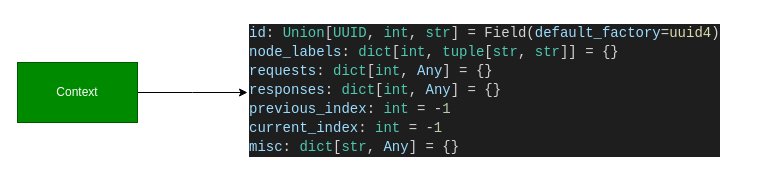
Above: drawio/2_context.dio in deeppavlov/chatsky (draw.io), before the change. Source tidied: cells renumbered, new cells numbered last; positions are measured from the earlier drawing's top-left corner, leaving out a move shared by most shapes. Both pictures are drawn from the tidied source at 100%, with x=0, y=0 at pixel (17, 17).
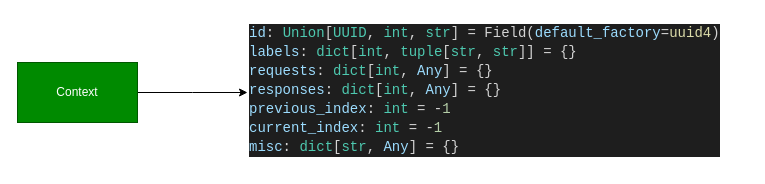
Above is the later version.

What changed in the source:
```diff
@@
 <mxGraphModel>
   <root>
     <mxCell id="0" />
     <mxCell id="1" parent="0" />
     <mxCell id="2" style="edgeStyle=orthogonalEdgeStyle;rounded=0;jettySize=auto;html=1;" parent="1" edge="1" source="3">
       <mxGeometry relative="1" as="geometry">
         <mxPoint x="230" y="75" as="targetPoint" />
       </mxGeometry>
     </mxCell>
     <mxCell id="3" value="Context" style="rounded=0;whiteSpace=wrap;html=1;fillColor=#008a00;strokeColor=#005700;fontColor=#ffffff;" parent="1" vertex="1">
       <mxGeometry y="45" width="120" height="60" as="geometry" />
     </mxCell>
     <mxCell id="4" style="edgeStyle=orthogonalEdgeStyle;rounded=0;orthogonalLoop=1;jettySize=auto;html=1;" parent="1" edge="1">
       <mxGeometry relative="1" as="geometry">
         <mxPoint x="530" y="45" as="sourcePoint" />
       </mxGeometry>
     </mxCell>
     <mxCell id="5" style="edgeStyle=orthogonalEdgeStyle;rounded=0;orthogonalLoop=1;jettySize=auto;html=1;" parent="1" edge="1">
       <mxGeometry relative="1" as="geometry">
         <mxPoint x="350" y="75" as="sourcePoint" />
       </mxGeometry>
     </mxCell>
     <mxCell id="6" style="edgeStyle=orthogonalEdgeStyle;rounded=0;orthogonalLoop=1;jettySize=auto;html=1;" parent="1" edge="1">
       <mxGeometry relative="1" as="geometry">
         <mxPoint x="290" y="105" as="targetPoint" />
       </mxGeometry>
     </mxCell>
-    <mxCell id="7" value="&lt;div style=&quot;color: rgb(212, 212, 212); background-color: rgb(30, 30, 30); font-family: &amp;quot;droid sans mono&amp;quot;, monospace, monospace, &amp;quot;droid sans fallback&amp;quot;; font-weight: normal; font-size: 14px; line-height: 19px;&quot;&gt;&lt;div&gt;&lt;span style=&quot;color: #d4d4d4&quot;&gt;    &lt;/span&gt;&lt;span style=&quot;color: #9cdcfe&quot;&gt;id&lt;/span&gt;&lt;span style=&quot;color: #d4d4d4&quot;&gt;: &lt;/span&gt;&lt;span style=&quot;color: #4ec9b0&quot;&gt;Union&lt;/span&gt;&lt;span style=&quot;color: #d4d4d4&quot;&gt;[&lt;/span&gt;&lt;span style=&quot;color: #4ec9b0&quot;&gt;UUID&lt;/span&gt;&lt;span style=&quot;color: #d4d4d4&quot;&gt;, &lt;/span&gt;&lt;span style=&quot;color: #4ec9b0&quot;&gt;int&lt;/span&gt;&lt;span style=&quot;color: #d4d4d4&quot;&gt;, &lt;/span&gt;&lt;span style=&quot;color: #4ec9b0&quot;&gt;str&lt;/span&gt;&lt;span style=&quot;color: #d4d4d4&quot;&gt;] = Field(&lt;/span&gt;&lt;span style=&quot;color: #9cdcfe&quot;&gt;default_factory&lt;/span&gt;&lt;span style=&quot;color: #d4d4d4&quot;&gt;=&lt;/span&gt;&lt;span style=&quot;color: #dcdcaa&quot;&gt;uuid4&lt;/span&gt;&lt;span style=&quot;color: #d4d4d4&quot;&gt;)&lt;/span&gt;&lt;/div&gt;&lt;div&gt;&lt;span style=&quot;color: #d4d4d4&quot;&gt;    &lt;/span&gt;&lt;span style=&quot;color: #9cdcfe&quot;&gt;node_labels&lt;/span&gt;&lt;span style=&quot;color: #d4d4d4&quot;&gt;: &lt;/span&gt;&lt;span style=&quot;color: #4ec9b0&quot;&gt;dict&lt;/span&gt;&lt;span style=&quot;color: #d4d4d4&quot;&gt;[&lt;/span&gt;&lt;span style=&quot;color: #4ec9b0&quot;&gt;int&lt;/span&gt;&lt;span style=&quot;color: #d4d4d4&quot;&gt;, &lt;/span&gt;&lt;span style=&quot;color: #4ec9b0&quot;&gt;tuple&lt;/span&gt;&lt;span style=&quot;color: #d4d4d4&quot;&gt;[&lt;/span&gt;&lt;span style=&quot;color: #4ec9b0&quot;&gt;str&lt;/span&gt;&lt;span style=&quot;color: #d4d4d4&quot;&gt;, &lt;/span&gt;&lt;span style=&quot;color: #4ec9b0&quot;&gt;str&lt;/span&gt;&lt;span style=&quot;color: #d4d4d4&quot;&gt;]] = {}&lt;/span&gt;&lt;/div&gt;&lt;div&gt;&lt;span style=&quot;color: #d4d4d4&quot;&gt;    &lt;/span&gt;&lt;span style=&quot;color: #9cdcfe&quot;&gt;requests&lt;/span&gt;&lt;span style=&quot;color: #d4d4d4&quot;&gt;: &lt;/span&gt;&lt;span style=&quot;color: #4ec9b0&quot;&gt;dict&lt;/span&gt;&lt;span style=&quot;color: #d4d4d4&quot;&gt;[&lt;/span&gt;&lt;span style=&quot;color: #4ec9b0&quot;&gt;int&lt;/span&gt;&lt;span style=&quot;color: #d4d4d4&quot;&gt;, &lt;/span&gt;&lt;span style=&quot;color: #9cdcfe&quot;&gt;Any&lt;/span&gt;&lt;span style=&quot;color: #d4d4d4&quot;&gt;] = {}&lt;/span&gt;&lt;/div&gt;&lt;div&gt;&lt;span style=&quot;color: #d4d4d4&quot;&gt;    &lt;/span&gt;&lt;span style=&quot;color: #9cdcfe&quot;&gt;responses&lt;/span&gt;&lt;span style=&quot;color: #d4d4d4&quot;&gt;: &lt;/span&gt;&lt;span style=&quot;color: #4ec9b0&quot;&gt;dict&lt;/span&gt;&lt;span style=&quot;color: #d4d4d4&quot;&gt;[&lt;/span&gt;&lt;span style=&quot;color: #4ec9b0&quot;&gt;int&lt;/span&gt;&lt;span style=&quot;color: #d4d4d4&quot;&gt;, &lt;/span&gt;&lt;span style=&quot;color: #9cdcfe&quot;&gt;Any&lt;/span&gt;&lt;span style=&quot;color: #d4d4d4&quot;&gt;] = {}&lt;/span&gt;&lt;/div&gt;&lt;div&gt;&lt;span style=&quot;color: #d4d4d4&quot;&gt;    &lt;/span&gt;&lt;span style=&quot;color: #9cdcfe&quot;&gt;previous_index&lt;/span&gt;&lt;span style=&quot;color: #d4d4d4&quot;&gt;: &lt;/span&gt;&lt;span style=&quot;color: #4ec9b0&quot;&gt;int&lt;/span&gt;&lt;span style=&quot;color: #d4d4d4&quot;&gt; = -&lt;/span&gt;&lt;span style=&quot;color: #b5cea8&quot;&gt;1&lt;/span&gt;&lt;/div&gt;&lt;div&gt;&lt;span style=&quot;color: #d4d4d4&quot;&gt;    &lt;/span&gt;&lt;span style=&quot;color: #9cdcfe&quot;&gt;current_index&lt;/span&gt;&lt;span style=&quot;color: #d4d4d4&quot;&gt;: &lt;/span&gt;&lt;span style=&quot;color: #4ec9b0&quot;&gt;int&lt;/span&gt;&lt;span style=&quot;color: #d4d4d4&quot;&gt; = -&lt;/span&gt;&lt;span style=&quot;color: #b5cea8&quot;&gt;1&lt;/span&gt;&lt;/div&gt;&lt;div&gt;&lt;span style=&quot;color: #d4d4d4&quot;&gt;    &lt;/span&gt;&lt;span style=&quot;color: #9cdcfe&quot;&gt;misc&lt;/span&gt;&lt;span style=&quot;color: #d4d4d4&quot;&gt;: &lt;/span&gt;&lt;span style=&quot;color: #4ec9b0&quot;&gt;dict&lt;/span&gt;&lt;span style=&quot;color: #d4d4d4&quot;&gt;[&lt;/span&gt;&lt;span style=&quot;color: #4ec9b0&quot;&gt;str&lt;/span&gt;&lt;span style=&quot;color: #d4d4d4&quot;&gt;, &lt;/span&gt;&lt;span style=&quot;color: #9cdcfe&quot;&gt;Any&lt;/span&gt;&lt;span style=&quot;color: #d4d4d4&quot;&gt;] = {}&lt;/span&gt;&lt;/div&gt;&lt;/div&gt;" style="text;whiteSpace=wrap;html=1;" parent="1" vertex="1">
+    <mxCell id="7" value="&lt;div style=&quot;color: rgb(212, 212, 212); background-color: rgb(30, 30, 30); font-family: &amp;quot;droid sans mono&amp;quot;, monospace, monospace, &amp;quot;droid sans fallback&amp;quot;; font-weight: normal; font-size: 14px; line-height: 19px;&quot;&gt;&lt;div&gt;&lt;span style=&quot;color: #d4d4d4&quot;&gt;    &lt;/span&gt;&lt;span style=&quot;color: #9cdcfe&quot;&gt;id&lt;/span&gt;&lt;span style=&quot;color: #d4d4d4&quot;&gt;: &lt;/span&gt;&lt;span style=&quot;color: #4ec9b0&quot;&gt;Union&lt;/span&gt;&lt;span style=&quot;color: #d4d4d4&quot;&gt;[&lt;/span&gt;&lt;span style=&quot;color: #4ec9b0&quot;&gt;UUID&lt;/span&gt;&lt;span style=&quot;color: #d4d4d4&quot;&gt;, &lt;/span&gt;&lt;span style=&quot;color: #4ec9b0&quot;&gt;int&lt;/span&gt;&lt;span style=&quot;color: #d4d4d4&quot;&gt;, &lt;/span&gt;&lt;span style=&quot;color: #4ec9b0&quot;&gt;str&lt;/span&gt;&lt;span style=&quot;color: #d4d4d4&quot;&gt;] = Field(&lt;/span&gt;&lt;span style=&quot;color: #9cdcfe&quot;&gt;default_factory&lt;/span&gt;&lt;span style=&quot;color: #d4d4d4&quot;&gt;=&lt;/span&gt;&lt;span style=&quot;color: #dcdcaa&quot;&gt;uuid4&lt;/span&gt;&lt;span style=&quot;color: #d4d4d4&quot;&gt;)&lt;/span&gt;&lt;/div&gt;&lt;div&gt;&lt;span style=&quot;color: #d4d4d4&quot;&gt;    &lt;/span&gt;&lt;span style=&quot;color: #9cdcfe&quot;&gt;labels&lt;/span&gt;&lt;span style=&quot;color: #d4d4d4&quot;&gt;: &lt;/span&gt;&lt;span style=&quot;color: #4ec9b0&quot;&gt;dict&lt;/span&gt;&lt;span style=&quot;color: #d4d4d4&quot;&gt;[&lt;/span&gt;&lt;span style=&quot;color: #4ec9b0&quot;&gt;int&lt;/span&gt;&lt;span style=&quot;color: #d4d4d4&quot;&gt;, &lt;/span&gt;&lt;span style=&quot;color: #4ec9b0&quot;&gt;tuple&lt;/span&gt;&lt;span style=&quot;color: #d4d4d4&quot;&gt;[&lt;/span&gt;&lt;span style=&quot;color: #4ec9b0&quot;&gt;str&lt;/span&gt;&lt;span style=&quot;color: #d4d4d4&quot;&gt;, &lt;/span&gt;&lt;span style=&quot;color: #4ec9b0&quot;&gt;str&lt;/span&gt;&lt;span style=&quot;color: #d4d4d4&quot;&gt;]] = {}&lt;/span&gt;&lt;/div&gt;&lt;div&gt;&lt;span style=&quot;color: #d4d4d4&quot;&gt;    &lt;/span&gt;&lt;span style=&quot;color: #9cdcfe&quot;&gt;requests&lt;/span&gt;&lt;span style=&quot;color: #d4d4d4&quot;&gt;: &lt;/span&gt;&lt;span style=&quot;color: #4ec9b0&quot;&gt;dict&lt;/span&gt;&lt;span style=&quot;color: #d4d4d4&quot;&gt;[&lt;/span&gt;&lt;span style=&quot;color: #4ec9b0&quot;&gt;int&lt;/span&gt;&lt;span style=&quot;color: #d4d4d4&quot;&gt;, &lt;/span&gt;&lt;span style=&quot;color: #9cdcfe&quot;&gt;Any&lt;/span&gt;&lt;span style=&quot;color: #d4d4d4&quot;&gt;] = {}&lt;/span&gt;&lt;/div&gt;&lt;div&gt;&lt;span style=&quot;color: #d4d4d4&quot;&gt;    &lt;/span&gt;&lt;span style=&quot;color: #9cdcfe&quot;&gt;responses&lt;/span&gt;&lt;span style=&quot;color: #d4d4d4&quot;&gt;: &lt;/span&gt;&lt;span style=&quot;color: #4ec9b0&quot;&gt;dict&lt;/span&gt;&lt;span style=&quot;color: #d4d4d4&quot;&gt;[&lt;/span&gt;&lt;span style=&quot;color: #4ec9b0&quot;&gt;int&lt;/span&gt;&lt;span style=&quot;color: #d4d4d4&quot;&gt;, &lt;/span&gt;&lt;span style=&quot;color: #9cdcfe&quot;&gt;Any&lt;/span&gt;&lt;span style=&quot;color: #d4d4d4&quot;&gt;] = {}&lt;/span&gt;&lt;/div&gt;&lt;div&gt;&lt;span style=&quot;color: #d4d4d4&quot;&gt;    &lt;/span&gt;&lt;span style=&quot;color: #9cdcfe&quot;&gt;previous_index&lt;/span&gt;&lt;span style=&quot;color: #d4d4d4&quot;&gt;: &lt;/span&gt;&lt;span style=&quot;color: #4ec9b0&quot;&gt;int&lt;/span&gt;&lt;span style=&quot;color: #d4d4d4&quot;&gt; = -&lt;/span&gt;&lt;span style=&quot;color: #b5cea8&quot;&gt;1&lt;/span&gt;&lt;/div&gt;&lt;div&gt;&lt;span style=&quot;color: #d4d4d4&quot;&gt;    &lt;/span&gt;&lt;span style=&quot;color: #9cdcfe&quot;&gt;current_index&lt;/span&gt;&lt;span style=&quot;color: #d4d4d4&quot;&gt;: &lt;/span&gt;&lt;span style=&quot;color: #4ec9b0&quot;&gt;int&lt;/span&gt;&lt;span style=&quot;color: #d4d4d4&quot;&gt; = -&lt;/span&gt;&lt;span style=&quot;color: #b5cea8&quot;&gt;1&lt;/span&gt;&lt;/div&gt;&lt;div&gt;&lt;span style=&quot;color: #d4d4d4&quot;&gt;    &lt;/span&gt;&lt;span style=&quot;color: #9cdcfe&quot;&gt;misc&lt;/span&gt;&lt;span style=&quot;color: #d4d4d4&quot;&gt;: &lt;/span&gt;&lt;span style=&quot;color: #4ec9b0&quot;&gt;dict&lt;/span&gt;&lt;span style=&quot;color: #d4d4d4&quot;&gt;[&lt;/span&gt;&lt;span style=&quot;color: #4ec9b0&quot;&gt;str&lt;/span&gt;&lt;span style=&quot;color: #d4d4d4&quot;&gt;, &lt;/span&gt;&lt;span style=&quot;color: #9cdcfe&quot;&gt;Any&lt;/span&gt;&lt;span style=&quot;color: #d4d4d4&quot;&gt;] = {}&lt;/span&gt;&lt;/div&gt;&lt;/div&gt;" style="text;whiteSpace=wrap;html=1;" parent="1" vertex="1">
       <mxGeometry x="230" width="500" height="150" as="geometry" />
     </mxCell>
   </root>
 </mxGraphModel>
```
